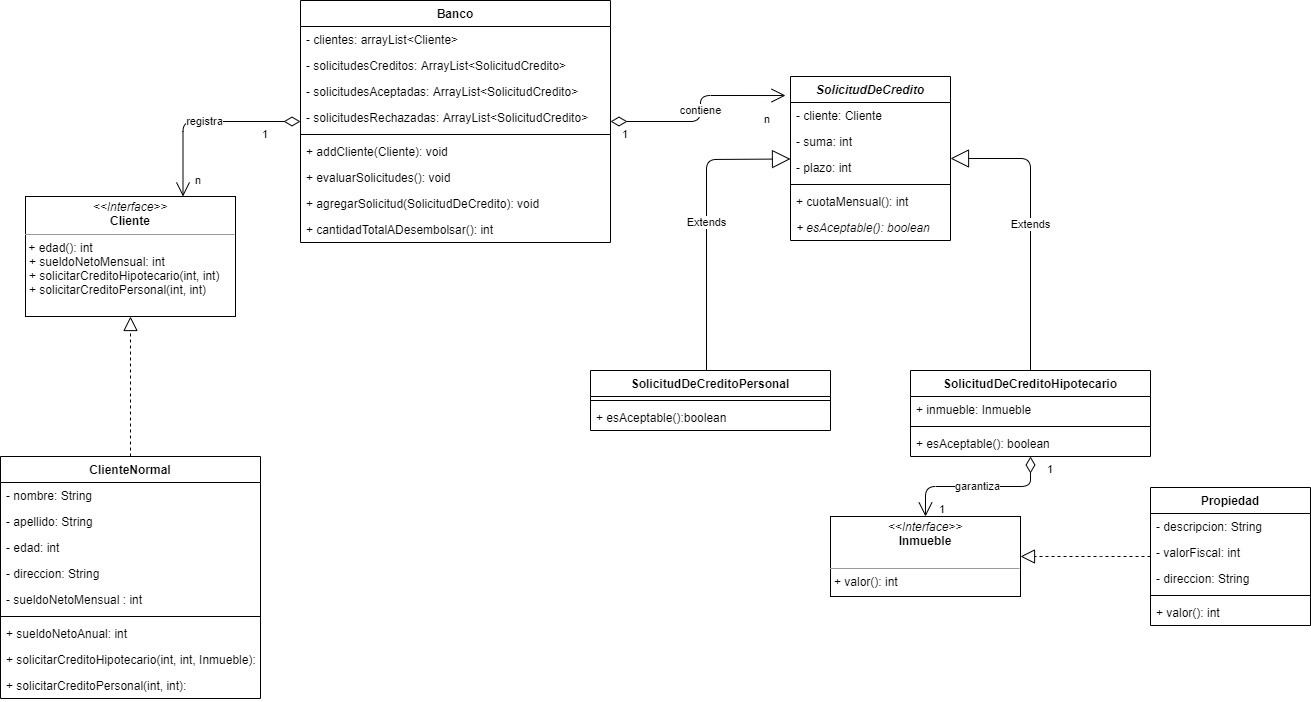
Before: src/tp6/unq/bancoyprestamos/BancoyPrestamos-UML.png, a diagram exported from draw.io (CundariNicolas/unqui-poo2-cundari). Source tidied: cells renumbered, new cells last; positions are measured from the earlier drawing's top-left corner, leaving out a move shared by most shapes.
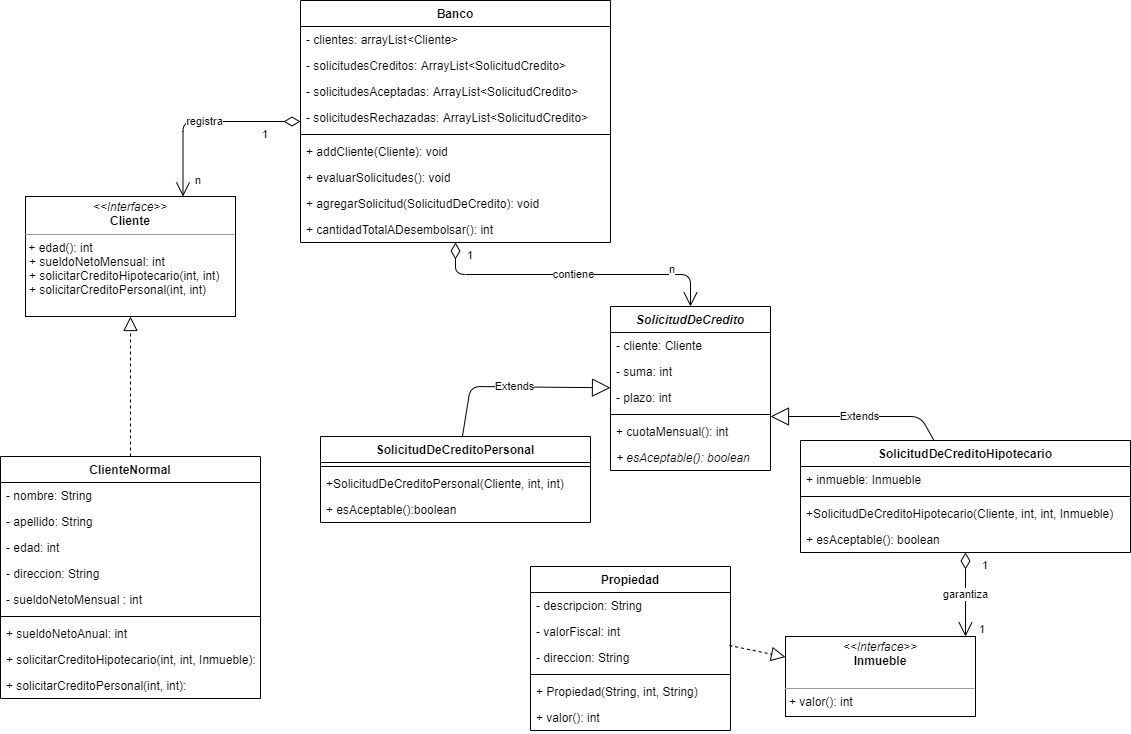
The same diagram one commit later.

Change to the diagram source:
```diff
@@ -63,7 +63,7 @@
       <mxGeometry y="216" width="310" height="26" as="geometry" />
     </mxCell>
     <mxCell id="22" value="SolicitudDeCredito" style="swimlane;fontStyle=3;align=center;verticalAlign=top;horizontal=1;startSize=26;" parent="1" vertex="1">
-      <mxGeometry x="790" y="76" width="160" height="164" as="geometry" />
+      <mxGeometry x="610" y="306" width="160" height="164" as="geometry" />
     </mxCell>
     <mxCell id="23" value="- cliente: Cliente" style="text;strokeColor=none;fillColor=none;align=left;verticalAlign=top;spacingLeft=4;spacingRight=4;overflow=hidden;" parent="22" vertex="1">
       <mxGeometry y="26" width="160" height="26" as="geometry" />
@@ -90,42 +90,48 @@
       <mxGeometry relative="1" as="geometry" />
     </mxCell>
     <mxCell id="31" value="SolicitudDeCreditoPersonal" style="swimlane;fontStyle=1;align=center;verticalAlign=top;horizontal=1;startSize=26;" parent="1" vertex="1">
-      <mxGeometry x="590" y="370" width="240" height="60" as="geometry" />
+      <mxGeometry x="320" y="436" width="270" height="86" as="geometry" />
     </mxCell>
     <mxCell id="32" style="line;strokeWidth=1;fillColor=none;align=left;verticalAlign=middle;spacingTop=-1;spacingLeft=3;spacingRight=3;labelPosition=right;" parent="31" vertex="1">
-      <mxGeometry y="26" width="240" height="8" as="geometry" />
+      <mxGeometry y="26" width="270" height="8" as="geometry" />
     </mxCell>
+    <mxCell id="57" value="+SolicitudDeCreditoPersonal(Cliente, int, int)" style="text;strokeColor=none;fillColor=none;align=left;verticalAlign=top;spacingLeft=4;spacingRight=4;overflow=hidden;" parent="31" vertex="1">
+      <mxGeometry y="34" width="270" height="26" as="geometry" />
+    </mxCell>
     <mxCell id="33" value="+ esAceptable():boolean" style="text;strokeColor=none;fillColor=none;align=left;verticalAlign=top;spacingLeft=4;spacingRight=4;overflow=hidden;" parent="31" vertex="1">
-      <mxGeometry y="34" width="240" height="26" as="geometry" />
+      <mxGeometry y="60" width="270" height="26" as="geometry" />
     </mxCell>
     <mxCell id="34" value="SolicitudDeCreditoHipotecario" style="swimlane;fontStyle=1;align=center;verticalAlign=top;horizontal=1;startSize=26;" parent="1" vertex="1">
-      <mxGeometry x="910" y="370" width="240" height="86" as="geometry" />
+      <mxGeometry x="800" y="440" width="330" height="112" as="geometry" />
     </mxCell>
     <mxCell id="35" value="+ inmueble: Inmueble" style="text;strokeColor=none;fillColor=none;align=left;verticalAlign=top;spacingLeft=4;spacingRight=4;overflow=hidden;" parent="34" vertex="1">
-      <mxGeometry y="26" width="240" height="26" as="geometry" />
+      <mxGeometry y="26" width="330" height="26" as="geometry" />
     </mxCell>
     <mxCell id="36" style="line;strokeWidth=1;fillColor=none;align=left;verticalAlign=middle;spacingTop=-1;spacingLeft=3;spacingRight=3;labelPosition=right;" parent="34" vertex="1">
-      <mxGeometry y="52" width="240" height="8" as="geometry" />
+      <mxGeometry y="52" width="330" height="8" as="geometry" />
     </mxCell>
-    <mxCell id="37" value="+ esAceptable(): boolean" style="text;strokeColor=none;fillColor=none;align=left;verticalAlign=top;spacingLeft=4;spacingRight=4;overflow=hidden;" parent="34" vertex="1">
-      <mxGeometry y="60" width="240" height="26" as="geometry" />
+    <mxCell id="37" value="+SolicitudDeCreditoHipotecario(Cliente, int, int, Inmueble)" style="text;strokeColor=none;fillColor=none;align=left;verticalAlign=top;spacingLeft=4;spacingRight=4;overflow=hidden;" parent="34" vertex="1">
+      <mxGeometry y="60" width="330" height="26" as="geometry" />
     </mxCell>
+    <mxCell id="58" value="+ esAceptable(): boolean" style="text;strokeColor=none;fillColor=none;align=left;verticalAlign=top;spacingLeft=4;spacingRight=4;overflow=hidden;" parent="34" vertex="1">
+      <mxGeometry y="86" width="330" height="26" as="geometry" />
+    </mxCell>
-    <mxCell id="38" value="Extends" style="endArrow=block;endSize=16;endFill=0;html=1;" parent="1" edge="1" source="34" target="22">
+    <mxCell id="38" value="Extends" style="endArrow=block;endSize=16;endFill=0;html=1;" parent="1" edge="1" source="34">
       <mxGeometry relative="1" as="geometry">
+        <mxPoint x="770" y="416" as="targetPoint" />
         <Array as="points">
-          <mxPoint x="1030" y="158" />
+          <mxPoint x="920" y="416" />
         </Array>
       </mxGeometry>
     </mxCell>
-    <mxCell id="39" value="Extends" style="endArrow=block;endSize=16;endFill=0;html=1;" parent="1" edge="1" target="22">
+    <mxCell id="39" value="Extends" style="endArrow=block;endSize=16;endFill=0;html=1;" parent="1" edge="1" source="31" target="22">
       <mxGeometry relative="1" as="geometry">
-        <mxPoint x="706" y="370" as="sourcePoint" />
         <Array as="points">
-          <mxPoint x="706" y="159" />
+          <mxPoint x="470" y="386" />
         </Array>
       </mxGeometry>
     </mxCell>
-    <mxCell id="40" value="contiene" style="endArrow=open;html=1;endSize=12;startArrow=diamondThin;startSize=14;startFill=0;edgeStyle=orthogonalEdgeStyle;entryX=-0.031;entryY=0.116;entryDx=0;entryDy=0;entryPerimeter=0;" parent="1" edge="1" source="12" target="22">
+    <mxCell id="40" value="contiene" style="endArrow=open;html=1;endSize=12;startArrow=diamondThin;startSize=14;startFill=0;edgeStyle=orthogonalEdgeStyle;" parent="1" edge="1" source="12" target="22">
       <mxGeometry relative="1" as="geometry" />
     </mxCell>
     <mxCell id="41" value="1" style="edgeLabel;html=1;align=left;verticalAlign=top;" parent="40" vertex="1">
@@ -135,7 +141,7 @@
     </mxCell>
     <mxCell id="42" value="n" style="edgeLabel;html=1;align=right;verticalAlign=top;" parent="40" vertex="1">
       <mxGeometry x="1" relative="1" as="geometry">
-        <mxPoint x="-15" y="11" as="offset" />
+        <mxPoint x="-15" y="-50" as="offset" />
       </mxGeometry>
     </mxCell>
     <mxCell id="43" value="registra" style="endArrow=open;html=1;endSize=12;startArrow=diamondThin;startSize=14;startFill=0;edgeStyle=orthogonalEdgeStyle;entryX=0.75;entryY=0;entryDx=0;entryDy=0;" parent="1" edge="1" source="12" target="29">
@@ -152,35 +158,39 @@
       </mxGeometry>
     </mxCell>
     <mxCell id="46" value="&lt;p style=&quot;margin: 0px ; margin-top: 4px ; text-align: center&quot;&gt;&lt;i&gt;&amp;lt;&amp;lt;Interface&amp;gt;&amp;gt;&lt;/i&gt;&lt;br&gt;&lt;b&gt;Inmueble&lt;/b&gt;&lt;/p&gt;&lt;p style=&quot;margin: 0px ; margin-left: 4px&quot;&gt;&lt;br&gt;&lt;/p&gt;&lt;hr size=&quot;1&quot;&gt;&lt;p style=&quot;margin: 0px ; margin-left: 4px&quot;&gt;+ valor(): int&lt;br&gt;&lt;/p&gt;" style="verticalAlign=top;align=left;overflow=fill;fontSize=12;fontFamily=Helvetica;html=1;" parent="1" vertex="1">
-      <mxGeometry x="830" y="516" width="190" height="80" as="geometry" />
+      <mxGeometry x="785" y="636" width="190" height="80" as="geometry" />
     </mxCell>
     <mxCell id="47" value="Propiedad" style="swimlane;fontStyle=1;align=center;verticalAlign=top;horizontal=1;startSize=26;" parent="1" vertex="1">
-      <mxGeometry x="1150" y="487" width="160" height="138" as="geometry" />
+      <mxGeometry x="530" y="566" width="200" height="164" as="geometry" />
     </mxCell>
     <mxCell id="48" value="- descripcion: String" style="text;strokeColor=none;fillColor=none;align=left;verticalAlign=top;spacingLeft=4;spacingRight=4;overflow=hidden;" parent="47" vertex="1">
-      <mxGeometry y="26" width="160" height="26" as="geometry" />
+      <mxGeometry y="26" width="200" height="26" as="geometry" />
     </mxCell>
     <mxCell id="49" value="- valorFiscal: int" style="text;strokeColor=none;fillColor=none;align=left;verticalAlign=top;spacingLeft=4;spacingRight=4;overflow=hidden;points=[[0,0.5],[1,0.5]];portConstraint=eastwest;" parent="47" vertex="1">
-      <mxGeometry y="52" width="160" height="26" as="geometry" />
+      <mxGeometry y="52" width="200" height="26" as="geometry" />
     </mxCell>
     <mxCell id="50" value="- direccion: String" style="text;strokeColor=none;fillColor=none;align=left;verticalAlign=top;spacingLeft=4;spacingRight=4;overflow=hidden;" parent="47" vertex="1">
-      <mxGeometry y="78" width="160" height="26" as="geometry" />
+      <mxGeometry y="78" width="200" height="26" as="geometry" />
     </mxCell>
     <mxCell id="51" style="line;strokeWidth=1;fillColor=none;align=left;verticalAlign=middle;spacingTop=-1;spacingLeft=3;spacingRight=3;labelPosition=right;" parent="47" vertex="1">
-      <mxGeometry y="104" width="160" height="8" as="geometry" />
+      <mxGeometry y="104" width="200" height="8" as="geometry" />
     </mxCell>
-    <mxCell id="52" value="+ valor(): int" style="text;strokeColor=none;fillColor=none;align=left;verticalAlign=top;spacingLeft=4;spacingRight=4;overflow=hidden;" parent="47" vertex="1">
-      <mxGeometry y="112" width="160" height="26" as="geometry" />
+    <mxCell id="52" value="+ Propiedad(String, int, String)" style="text;strokeColor=none;fillColor=none;align=left;verticalAlign=top;spacingLeft=4;spacingRight=4;overflow=hidden;" parent="47" vertex="1">
+      <mxGeometry y="112" width="200" height="26" as="geometry" />
     </mxCell>
+    <mxCell id="59" value="+ valor(): int" style="text;strokeColor=none;fillColor=none;align=left;verticalAlign=top;spacingLeft=4;spacingRight=4;overflow=hidden;" parent="47" vertex="1">
+      <mxGeometry y="138" width="200" height="26" as="geometry" />
+    </mxCell>
-    <mxCell id="53" style="endArrow=block;dashed=1;endFill=0;endSize=12;html=1;" parent="1" edge="1" source="47" target="46">
-      <mxGeometry relative="1" as="geometry">
-        <Array as="points">
-          <mxPoint x="1110" y="556" />
-        </Array>
-      </mxGeometry>
+    <mxCell id="53" style="endArrow=block;dashed=1;endFill=0;endSize=12;html=1;exitX=0.994;exitY=1.038;exitDx=0;exitDy=0;exitPerimeter=0;" parent="1" edge="1" source="49" target="46">
+      <mxGeometry relative="1" as="geometry" />
     </mxCell>
     <mxCell id="54" value="garantiza" style="endArrow=open;html=1;endSize=12;startArrow=diamondThin;startSize=14;startFill=0;edgeStyle=orthogonalEdgeStyle;" parent="1" edge="1" source="34" target="46">
-      <mxGeometry relative="1" as="geometry" />
+      <mxGeometry relative="1" as="geometry">
+        <Array as="points">
+          <mxPoint x="945" y="476" />
+          <mxPoint x="945" y="476" />
+        </Array>
+      </mxGeometry>
     </mxCell>
     <mxCell id="55" value="1" style="edgeLabel;html=1;align=left;verticalAlign=top;" parent="54" vertex="1">
       <mxGeometry x="-1" relative="1" as="geometry">
```
